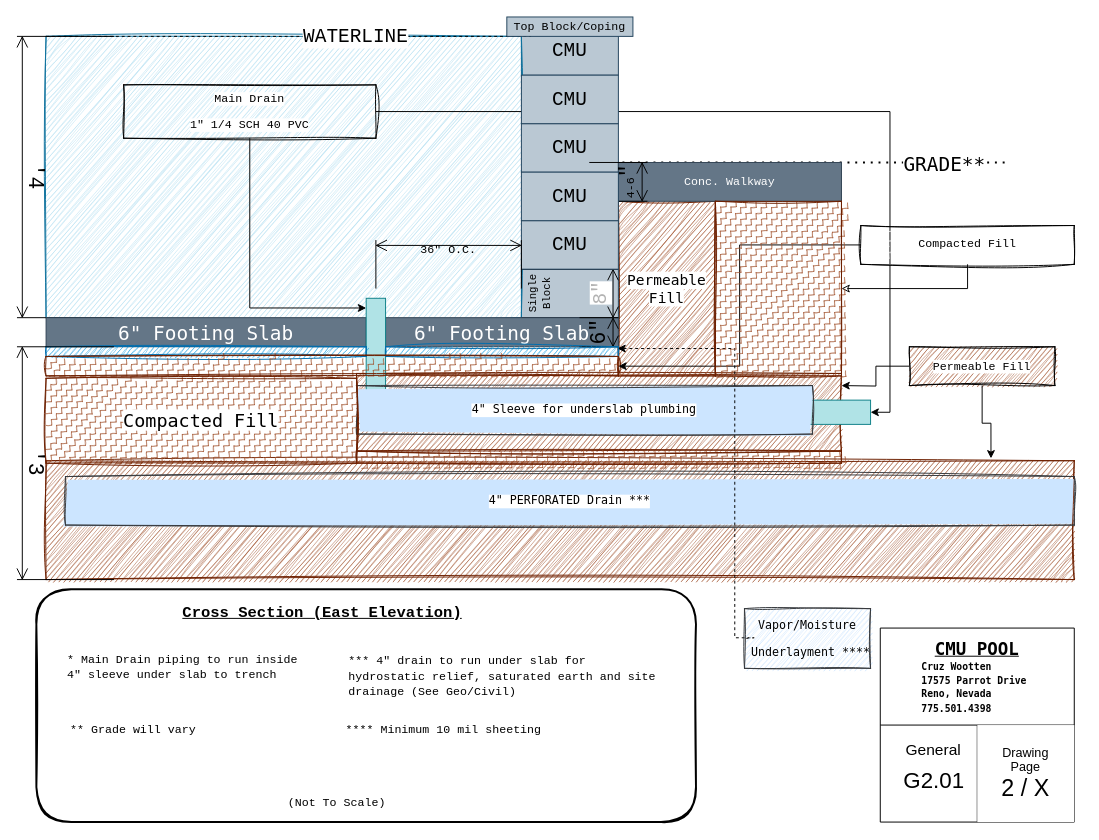
The draw.io diagram G201.drawio in LilWikipedia/parrotpool, before the edit. Source tidied: cells renumbered, new cells numbered last; positions are measured from the earlier drawing's top-left corner, leaving out a move shared by most shapes. Both pictures are drawn from the tidied source at 97%, with x=0, y=0 at pixel (16, 16).
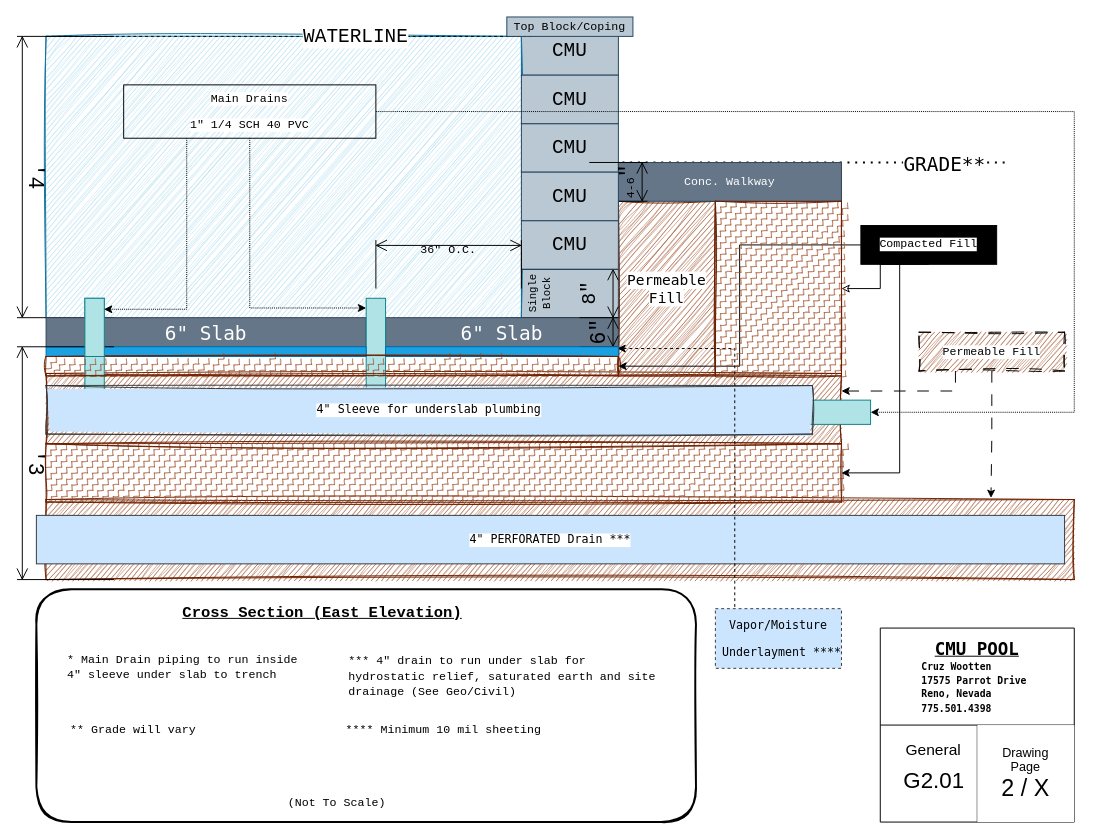
After the change.

Unchanged cells that the change refers to:
```xml
<mxCell id="8" style="rounded=0;whiteSpace=wrap;html=1;fillColor=#b0e3e6;strokeColor=#0e8088;" parent="1" vertex="1">
  <mxGeometry x="360" y="395" width="520" height="25" as="geometry" />
</mxCell>
<mxCell id="28" style="rounded=0;whiteSpace=wrap;html=1;fillColor=#b0e3e6;strokeColor=#0e8088;" parent="1" vertex="1">
  <mxGeometry x="360" y="290" width="20" height="110" as="geometry" />
</mxCell>
<mxCell id="56" style="rounded=0;whiteSpace=wrap;html=1;fillColor=light-dark(#A0522D,#7F00FF);fontColor=#ffffff;strokeColor=#6D1F00;sketch=1;curveFitting=1;jiggle=2;fillStyle=zigzag-line;" parent="1" vertex="1">
  <mxGeometry x="720" y="190" width="130" height="180" as="geometry" />
</mxCell>
```

What changed in the source:
```diff
@@
     <mxCell id="2" style="rounded=0;whiteSpace=wrap;html=1;fillColor=#a0522d;fontColor=#ffffff;strokeColor=#6D1F00;sketch=1;curveFitting=1;jiggle=2;" parent="1" vertex="1">
-      <mxGeometry x="30" y="457.5" width="1060" height="122.5" as="geometry" />
+      <mxGeometry x="30" y="497.5" width="1060" height="82.5" as="geometry" />
     </mxCell>
     <mxCell id="3" style="rounded=0;whiteSpace=wrap;html=1;fillColor=#a0522d;fontColor=#ffffff;strokeColor=#6D1F00;sketch=1;curveFitting=1;jiggle=2;" parent="1" vertex="1">
-      <mxGeometry x="350" y="367.5" width="500" height="80" as="geometry" />
+      <mxGeometry x="30" y="367.5" width="820" height="72.5" as="geometry" />
     </mxCell>
@@
+    <mxCell id="60" style="rounded=0;whiteSpace=wrap;html=1;fillColor=#b0e3e6;strokeColor=#0e8088;" parent="1" vertex="1">
+      <mxGeometry x="70" y="290" width="20" height="110" as="geometry" />
+    </mxCell>
-    <mxCell id="7" value="&lt;pre&gt;&lt;pre style=&quot;color: rgb(255, 255, 255);&quot;&gt;&lt;span style=&quot;color: light-dark(rgb(0, 0, 0), rgb(255, 255, 255)); white-space: normal; background-color: light-dark(#ffffff, var(--ge-dark-color, #121212));&quot;&gt;&lt;font face=&quot;Lucida Console&quot;&gt;4&quot; PERFORATED Drain ***&lt;/font&gt;&lt;/span&gt;&lt;/pre&gt;&lt;/pre&gt;" style="rounded=0;whiteSpace=wrap;html=1;fillStyle=solid;sketch=1;curveFitting=1;jiggle=2;strokeColor=#36393d;fillColor=#cce5ff;" parent="1" vertex="1">
-      <mxGeometry x="50" y="473.8" width="1040" height="50" as="geometry" />
+    <mxCell id="7" value="&lt;pre&gt;&lt;pre style=&quot;color: rgb(255, 255, 255);&quot;&gt;&lt;span style=&quot;color: light-dark(rgb(0, 0, 0), rgb(255, 255, 255)); white-space: normal; background-color: light-dark(#ffffff, var(--ge-dark-color, #121212));&quot;&gt;&lt;font face=&quot;Lucida Console&quot;&gt;4&quot; PERFORATED Drain ***&lt;/font&gt;&lt;/span&gt;&lt;/pre&gt;&lt;/pre&gt;" style="rounded=0;whiteSpace=wrap;html=1;fillStyle=solid;strokeColor=#36393d;fillColor=#cce5ff;" parent="1" vertex="1">
+      <mxGeometry x="20" y="513.8" width="1060" height="50" as="geometry" />
     </mxCell>
@@
-    <mxCell id="12" value="&lt;div style=&quot;text-align: left;&quot;&gt;&lt;font face=&quot;Courier New&quot; style=&quot;color: light-dark(rgb(179, 179, 179), rgb(255, 255, 255));&quot;&gt;&lt;span style=&quot;font-size: 20px; background-color: light-dark(#ffffff, var(--ge-dark-color, #121212));&quot;&gt;8&quot;&lt;/span&gt;&lt;/font&gt;&lt;/div&gt;" style="shape=dimension;direction=north;whiteSpace=wrap;html=1;align=center;verticalAlign=bottom;labelBackgroundColor=none;horizontal=0;spacingBottom=3;" parent="1" vertex="1">
+    <mxCell id="12" value="&lt;pre&gt;&lt;font face=&quot;Courier New&quot; style=&quot;color: light-dark(rgb(0, 0, 0), rgb(0, 0, 0));&quot;&gt;&lt;span style=&quot;font-size: 20px;&quot;&gt;8&quot;&lt;/span&gt;&lt;/font&gt;&lt;/pre&gt;" style="shape=dimension;direction=north;whiteSpace=wrap;html=1;align=center;verticalAlign=bottom;labelBackgroundColor=none;horizontal=0;spacingBottom=3;" parent="1" vertex="1">
       <mxGeometry x="520" y="260" width="100" height="50" as="geometry" />
     </mxCell>
@@
-    <mxCell id="15" value="&lt;pre&gt;&lt;font face=&quot;Lucida Console&quot; style=&quot;font-size: 20px;&quot;&gt;6&quot; Footing Slab&lt;/font&gt;&lt;/pre&gt;" style="rounded=0;whiteSpace=wrap;html=1;fillColor=#647687;fontColor=#ffffff;strokeColor=#314354;" parent="1" vertex="1">
+    <mxCell id="15" value="&lt;pre&gt;&lt;font face=&quot;Lucida Console&quot; style=&quot;font-size: 20px;&quot;&gt;6&quot; Slab&lt;/font&gt;&lt;/pre&gt;" style="rounded=0;whiteSpace=wrap;html=1;fillColor=#647687;fontColor=#ffffff;strokeColor=#314354;" parent="1" vertex="1">
       <mxGeometry x="380" y="310" width="240" height="30" as="geometry" />
     </mxCell>
@@
-    <mxCell id="27" value="&lt;font style=&quot;font-size: 20px;&quot;&gt;6&quot; Footing Slab&lt;/font&gt;" style="rounded=0;whiteSpace=wrap;html=1;fillColor=#647687;fontColor=#ffffff;strokeColor=#314354;fontFamily=Lucida Console;" parent="1" vertex="1">
+    <mxCell id="27" value="&lt;font style=&quot;font-size: 20px;&quot;&gt;6&quot; Slab&lt;/font&gt;" style="rounded=0;whiteSpace=wrap;html=1;fillColor=#647687;fontColor=#ffffff;strokeColor=#314354;fontFamily=Lucida Console;" parent="1" vertex="1">
       <mxGeometry x="30" y="310" width="330" height="30" as="geometry" />
     </mxCell>
@@
     <mxCell id="29" value="&lt;pre&gt;&lt;pre style=&quot;color: rgb(255, 255, 255);&quot;&gt;&lt;span style=&quot;color: light-dark(rgb(0, 0, 0), rgb(255, 255, 255)); white-space: normal; background-color: light-dark(#ffffff, var(--ge-dark-color, #121212));&quot;&gt;&lt;font face=&quot;Lucida Console&quot;&gt;4&quot; Sleeve for underslab plumbing&lt;/font&gt;&lt;/span&gt;&lt;/pre&gt;&lt;/pre&gt;" style="rounded=0;whiteSpace=wrap;html=1;fillStyle=solid;sketch=1;curveFitting=1;jiggle=2;strokeColor=#36393d;fillColor=#cce5ff;" parent="1" vertex="1">
-      <mxGeometry x="350" y="380" width="470" height="50" as="geometry" />
+      <mxGeometry x="30" y="380" width="790" height="50" as="geometry" />
     </mxCell>
@@
-    <mxCell id="32" style="rounded=0;whiteSpace=wrap;html=1;fillColor=#1ba1e2;fontColor=#ffffff;strokeColor=#006EAF;sketch=1;curveFitting=1;jiggle=2;" parent="1" vertex="1">
+    <mxCell id="32" style="rounded=0;whiteSpace=wrap;html=1;fillColor=#1ba1e2;fontColor=#ffffff;strokeColor=#006EAF;" parent="1" vertex="1">
       <mxGeometry x="30" y="340" width="330" height="10" as="geometry" />
     </mxCell>
@@
-    <mxCell id="34" style="rounded=0;whiteSpace=wrap;html=1;fillColor=#1ba1e2;fontColor=#ffffff;strokeColor=#006EAF;sketch=1;curveFitting=1;jiggle=2;" parent="1" vertex="1">
+    <mxCell id="34" style="rounded=0;whiteSpace=wrap;html=1;fillColor=#1ba1e2;fontColor=#ffffff;strokeColor=#006EAF;" parent="1" vertex="1">
       <mxGeometry x="380" y="340" width="240" height="10" as="geometry" />
     </mxCell>
-    <mxCell id="35" value="&lt;pre&gt;&lt;font face=&quot;Lucida Console&quot;&gt;Vapor/Moisture&lt;/font&gt;&lt;/pre&gt;&lt;pre&gt;&lt;font face=&quot;Lucida Console&quot;&gt; Underlayment ****&lt;/font&gt;&lt;/pre&gt;" style="text;html=1;align=center;verticalAlign=middle;whiteSpace=wrap;rounded=0;strokeColor=#36393d;fillColor=light-dark(#CCE5FF,#2D537C);sketch=1;curveFitting=1;jiggle=2;fillStyle=hachure;" parent="1" vertex="1">
-      <mxGeometry x="750" y="610" width="130" height="61.5" as="geometry" />
+    <mxCell id="35" value="&lt;pre&gt;&lt;font face=&quot;Lucida Console&quot;&gt;Vapor/Moisture&lt;/font&gt;&lt;/pre&gt;&lt;pre&gt;&lt;font face=&quot;Lucida Console&quot;&gt; Underlayment ****&lt;/font&gt;&lt;/pre&gt;" style="text;html=1;align=center;verticalAlign=middle;whiteSpace=wrap;rounded=0;strokeColor=#36393d;fillColor=light-dark(#CCE5FF,#2D537C);fillStyle=hachure;dashed=1;" parent="1" vertex="1">
+      <mxGeometry x="720" y="610" width="130" height="61.5" as="geometry" />
     </mxCell>
@@
-    <mxCell id="37" style="edgeStyle=orthogonalEdgeStyle;rounded=0;jettySize=auto;html=1;exitX=1;exitY=0.5;exitDx=0;exitDy=0;entryX=1;entryY=0.5;entryDx=0;entryDy=0;" parent="1" edge="1" source="38" target="8">
-      <mxGeometry relative="1" as="geometry" />
-    </mxCell>
-    <mxCell id="38" value="&lt;pre&gt;&lt;font style=&quot;color: light-dark(rgb(0, 0, 0), rgb(4, 4, 255)); background-color: light-dark(#ffffff, var(--ge-dark-color, #121212));&quot;&gt;Main Drain&lt;/font&gt;&lt;/pre&gt;&lt;pre&gt;&lt;font style=&quot;color: light-dark(rgb(0, 0, 0), rgb(4, 4, 255)); background-color: light-dark(#ffffff, var(--ge-dark-color, #121212));&quot;&gt;1&quot; 1/4 SCH 40 PVC&lt;/font&gt;&lt;/pre&gt;" style="text;html=1;align=center;verticalAlign=middle;whiteSpace=wrap;rounded=0;strokeColor=default;fillColor=none;sketch=1;curveFitting=1;jiggle=2;fontFamily=Helvetica;fontSize=12;fontColor=default;" parent="1" vertex="1">
+    <mxCell id="38" value="&lt;pre&gt;&lt;font style=&quot;color: light-dark(rgb(0, 0, 0), rgb(4, 4, 255)); background-color: light-dark(#ffffff, var(--ge-dark-color, #121212));&quot;&gt;Main Drains&lt;/font&gt;&lt;/pre&gt;&lt;pre&gt;&lt;font style=&quot;color: light-dark(rgb(0, 0, 0), rgb(4, 4, 255)); background-color: light-dark(#ffffff, var(--ge-dark-color, #121212));&quot;&gt;1&quot; 1/4 SCH 40 PVC&lt;/font&gt;&lt;/pre&gt;" style="text;html=1;align=center;verticalAlign=middle;whiteSpace=wrap;rounded=0;strokeColor=default;fillColor=none;fontFamily=Helvetica;fontSize=12;fontColor=default;" parent="1" vertex="1">
       <mxGeometry x="110" y="70" width="260" height="55" as="geometry" />
     </mxCell>
-    <mxCell id="39" style="edgeStyle=orthogonalEdgeStyle;rounded=0;jettySize=auto;html=1;exitX=0;exitY=0.5;exitDx=0;exitDy=0;" parent="1" edge="1" source="40">
-      <mxGeometry relative="1" as="geometry">
-        <mxPoint x="850" y="380" as="targetPoint" />
-      </mxGeometry>
-    </mxCell>
-    <mxCell id="40" value="&lt;font style=&quot;background-color: light-dark(#ffffff, var(--ge-dark-color, #121212));&quot; face=&quot;Courier New&quot;&gt;Permeable Fill&lt;/font&gt;" style="text;html=1;align=center;verticalAlign=middle;whiteSpace=wrap;rounded=0;strokeColor=default;fillColor=#A0522D;sketch=1;curveFitting=1;jiggle=2;" parent="1" vertex="1">
-      <mxGeometry x="920" y="340" width="150" height="40" as="geometry" />
-    </mxCell>
@@
-    <mxCell id="42" style="edgeStyle=orthogonalEdgeStyle;rounded=0;jettySize=auto;html=1;entryX=0;entryY=0.091;entryDx=0;entryDy=0;entryPerimeter=0;" parent="1" edge="1" source="38" target="28">
+    <mxCell id="42" style="edgeStyle=orthogonalEdgeStyle;rounded=0;jettySize=auto;html=1;entryX=0;entryY=0.091;entryDx=0;entryDy=0;entryPerimeter=0;dashed=1;dashPattern=1 1;" parent="1" edge="1" source="38" target="28">
       <mxGeometry relative="1" as="geometry" />
     </mxCell>
@@
-    <mxCell id="44" value="&lt;font face=&quot;Lucida Console&quot; style=&quot;font-size: 19px; color: light-dark(rgb(0, 0, 0), rgb(11, 255, 128)); background-color: light-dark(#ffffff, var(--ge-dark-color, #121212));&quot;&gt;Compacted Fill&lt;/font&gt;" style="rounded=0;whiteSpace=wrap;html=1;fillColor=light-dark(#A0522D,#7F00FF);fontColor=#ffffff;strokeColor=#6D1F00;sketch=1;curveFitting=1;jiggle=2;fillStyle=zigzag-line;align=center;verticalAlign=middle;fontFamily=Helvetica;fontSize=12;" parent="1" vertex="1">
-      <mxGeometry x="30" y="372.5" width="320" height="87.5" as="geometry" />
-    </mxCell>
     <mxCell id="45" style="rounded=0;whiteSpace=wrap;html=1;fillColor=light-dark(#A0522D,#7F00FF);fontColor=#ffffff;strokeColor=#6D1F00;sketch=1;curveFitting=1;jiggle=2;fillStyle=zigzag-line;align=center;verticalAlign=middle;fontFamily=Helvetica;fontSize=12;" parent="1" vertex="1">
-      <mxGeometry x="350" y="447.5" width="500" height="12.5" as="geometry" />
+      <mxGeometry x="30" y="440" width="820" height="60" as="geometry" />
     </mxCell>
@@
+    <mxCell id="54" value="&lt;font face=&quot;Courier New&quot; style=&quot;font-size: 20px;&quot;&gt;CMU&lt;/font&gt;" style="rounded=0;whiteSpace=wrap;html=1;fillColor=#bac8d3;strokeColor=#23445d;" parent="1" vertex="1">
+      <mxGeometry x="520" y="60" width="100" height="50" as="geometry" />
+    </mxCell>
@@
-    <mxCell id="54" value="&lt;font face=&quot;Courier New&quot; style=&quot;font-size: 20px;&quot;&gt;CMU&lt;/font&gt;" style="rounded=0;whiteSpace=wrap;html=1;fillColor=#bac8d3;strokeColor=#23445d;" parent="1" vertex="1">
-      <mxGeometry x="520" y="60" width="100" height="50" as="geometry" />
-    </mxCell>
     <mxCell id="55" style="edgeStyle=orthogonalEdgeStyle;rounded=0;jettySize=auto;html=1;exitX=1;exitY=0.5;exitDx=0;exitDy=0;entryX=0.5;entryY=1;entryDx=0;entryDy=0;endArrow=none;startFill=0;endFill=1;startArrow=classic;" parent="1" edge="1" source="56" target="58">
-      <mxGeometry relative="1" as="geometry" />
+      <mxGeometry relative="1" as="geometry">
+        <Array as="points">
+          <mxPoint x="890" y="280" />
+          <mxPoint x="890" y="255" />
+        </Array>
+      </mxGeometry>
     </mxCell>
@@
-    <mxCell id="57" style="edgeStyle=orthogonalEdgeStyle;rounded=0;jettySize=auto;html=1;entryX=0.919;entryY=-0.02;entryDx=0;entryDy=0;entryPerimeter=0;" parent="1" edge="1" source="40" target="2">
+    <mxCell id="57" style="edgeStyle=orthogonalEdgeStyle;rounded=0;jettySize=auto;html=1;entryX=0.919;entryY=-0.02;entryDx=0;entryDy=0;entryPerimeter=0;dashed=1;dashPattern=12 12;" parent="1" edge="1" source="40" target="2">
       <mxGeometry relative="1" as="geometry" />
     </mxCell>
+    <mxCell id="61" style="edgeStyle=orthogonalEdgeStyle;rounded=0;jettySize=auto;html=1;exitX=0.25;exitY=1;exitDx=0;exitDy=0;entryX=1;entryY=0.5;entryDx=0;entryDy=0;" parent="1" edge="1" source="58" target="45">
+      <mxGeometry relative="1" as="geometry">
+        <Array as="points">
+          <mxPoint x="910" y="255" />
+          <mxPoint x="910" y="470" />
+        </Array>
+      </mxGeometry>
+    </mxCell>
-    <mxCell id="58" value="&lt;pre&gt;&lt;span style=&quot;background-color: light-dark(#ffffff, var(--ge-dark-color, #121212));&quot;&gt;Compacted Fill&lt;/span&gt;&lt;/pre&gt;" style="text;align=center;verticalAlign=middle;whiteSpace=wrap;rounded=0;strokeColor=default;fillColor=light-dark(#FFFFFF,#4524FF);sketch=1;curveFitting=1;jiggle=2;fillStyle=zigzag-line;fontFamily=Helvetica;fontSize=12;fontColor=default;html=1;textShadow=0;" parent="1" vertex="1">
-      <mxGeometry x="870" y="215" width="220" height="40" as="geometry" />
+    <mxCell id="58" value="&lt;pre&gt;&lt;span style=&quot;background-color: light-dark(#ffffff, var(--ge-dark-color, #121212));&quot;&gt;Compacted Fill&lt;/span&gt;&lt;/pre&gt;" style="text;align=center;verticalAlign=middle;whiteSpace=wrap;rounded=0;strokeColor=default;fillColor=light-dark(#FFFFFF,#4524FF);fillStyle=zigzag-line;fontFamily=Helvetica;fontSize=12;fontColor=default;html=1;textShadow=0;" parent="1" vertex="1">
+      <mxGeometry x="870" y="215" width="140" height="40" as="geometry" />
     </mxCell>
@@
+    <mxCell id="37" style="edgeStyle=orthogonalEdgeStyle;rounded=0;jettySize=auto;html=1;exitX=1;exitY=0.5;exitDx=0;exitDy=0;entryX=1;entryY=0.5;entryDx=0;entryDy=0;dashed=1;dashPattern=1 1;" parent="1" edge="1" source="38" target="8">
+      <mxGeometry relative="1" as="geometry">
+        <Array as="points">
+          <mxPoint x="1090" y="98" />
+          <mxPoint x="1090" y="408" />
+        </Array>
+      </mxGeometry>
+    </mxCell>
+    <mxCell id="62" style="edgeStyle=orthogonalEdgeStyle;rounded=0;jettySize=auto;html=1;exitX=0.25;exitY=1;exitDx=0;exitDy=0;entryX=1;entryY=0.25;entryDx=0;entryDy=0;dashed=1;dashPattern=12 12;strokeColor=default;align=center;verticalAlign=middle;fontFamily=Helvetica;fontSize=11;fontColor=default;labelBackgroundColor=default;endArrow=classic;" parent="1" edge="1" source="40" target="3">
+      <mxGeometry relative="1" as="geometry" />
+    </mxCell>
+    <mxCell id="40" value="&lt;font style=&quot;background-color: light-dark(#ffffff, var(--ge-dark-color, #121212));&quot; face=&quot;Courier New&quot;&gt;Permeable Fill&lt;/font&gt;" style="text;html=1;align=center;verticalAlign=middle;whiteSpace=wrap;rounded=0;strokeColor=default;fillColor=#A0522D;sketch=1;curveFitting=1;jiggle=2;dashed=1;dashPattern=12 12;" parent="1" vertex="1">
+      <mxGeometry x="930" y="325" width="150" height="40" as="geometry" />
+    </mxCell>
+    <mxCell id="63" style="edgeStyle=orthogonalEdgeStyle;rounded=0;jettySize=auto;html=1;exitX=0.25;exitY=1;exitDx=0;exitDy=0;entryX=0.986;entryY=0.103;entryDx=0;entryDy=0;entryPerimeter=0;dashed=1;dashPattern=1 1;strokeColor=default;align=center;verticalAlign=middle;fontFamily=Helvetica;fontSize=11;fontColor=default;labelBackgroundColor=default;endArrow=classic;" parent="1" edge="1" source="38" target="60">
+      <mxGeometry relative="1" as="geometry" />
+    </mxCell>
+    <mxCell id="64" style="rounded=0;whiteSpace=wrap;html=1;fillColor=#b0e3e6;strokeColor=#0e8088;" parent="1" vertex="1">
+      <mxGeometry x="70" y="290" width="20" height="60" as="geometry" />
+    </mxCell>
```
